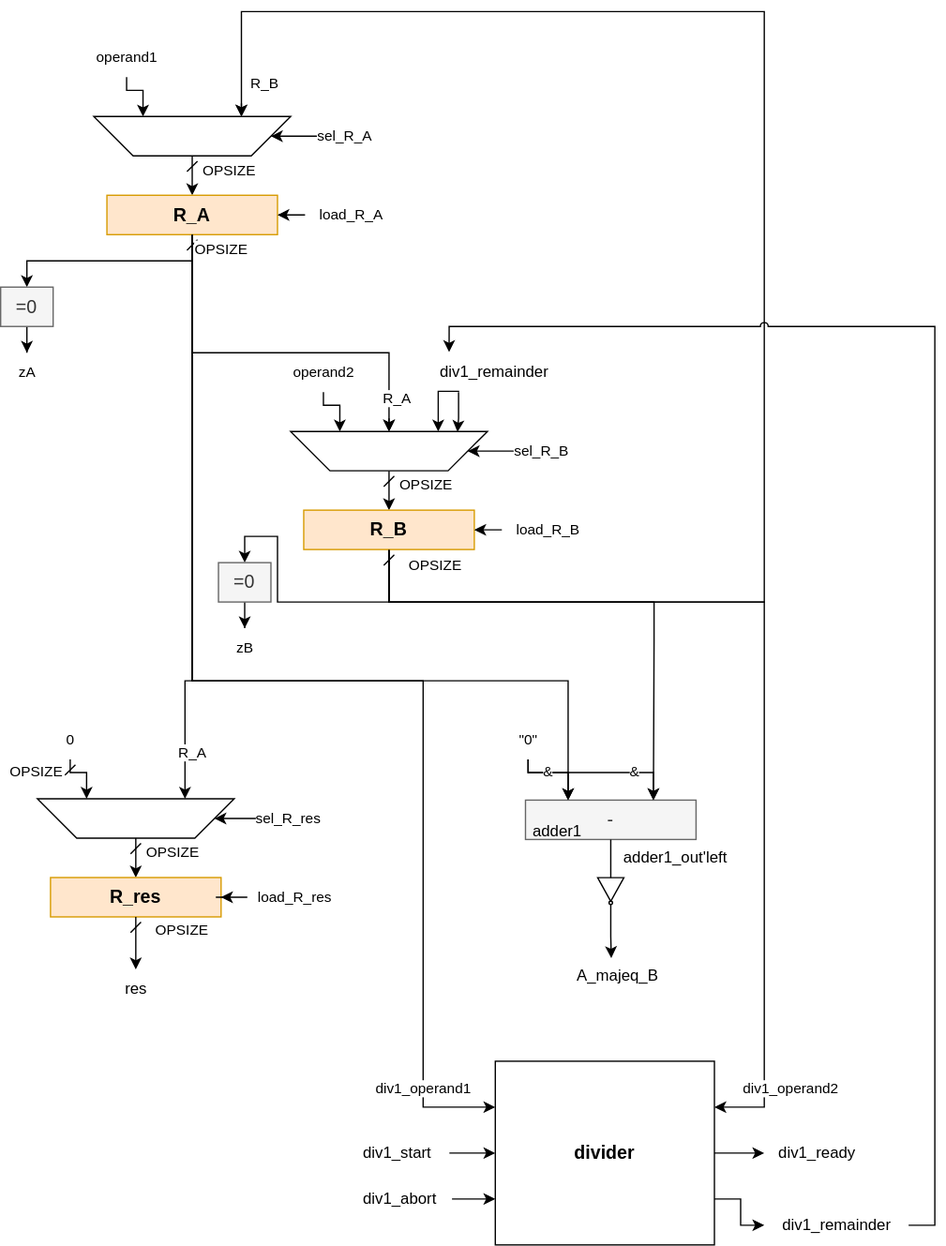
This is doc/images/ASM-mcd_dp.drawio.svg from DavidTrevisan/calcolatori_elettronici_2025, a draw.io export, as it was before one commit. Source tidied: cells renumbered, new cells last; positions are measured from the earlier drawing's top-left corner, leaving out a move shared by most shapes.
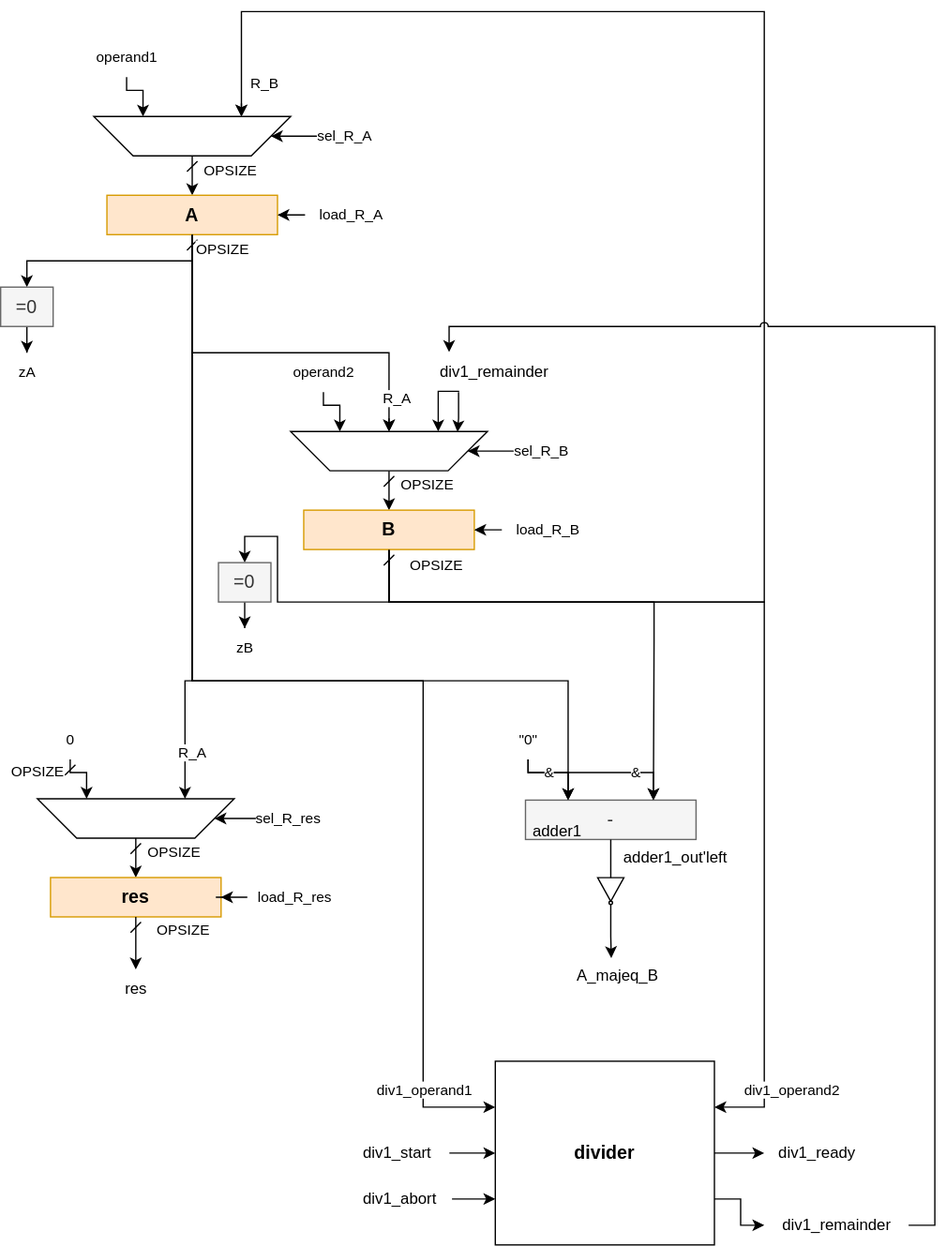
After the commit.

The edit, as a diff of the source:
```diff
@@ -38,7 +38,7 @@
         <mxPoint x="-2" y="64" as="offset" />
       </mxGeometry>
     </mxCell>
-    <mxCell id="9" value="R_A" style="rounded=0;whiteSpace=wrap;html=1;fontFamily=Helvetica;fontSize=14;labelBackgroundColor=none;fillColor=#ffe6cc;strokeColor=#d79b00;fontStyle=1;" parent="1" vertex="1">
+    <mxCell id="9" value="A" style="rounded=0;whiteSpace=wrap;html=1;fontFamily=Helvetica;fontSize=14;labelBackgroundColor=none;fillColor=#ffe6cc;strokeColor=#d79b00;fontStyle=1;" parent="1" vertex="1">
       <mxGeometry x="81" y="140" width="130" height="30" as="geometry" />
     </mxCell>
     <mxCell id="10" style="edgeStyle=orthogonalEdgeStyle;shape=connector;rounded=0;jumpStyle=arc;jettySize=auto;html=1;entryX=0.75;entryY=1;entryDx=0;entryDy=0;strokeColor=default;align=center;verticalAlign=middle;fontFamily=Helvetica;fontSize=11;fontColor=default;labelBackgroundColor=default;endArrow=classic;" parent="1" edge="1" source="11" target="4">
@@ -132,7 +132,7 @@
         <mxPoint x="18" as="offset" />
       </mxGeometry>
     </mxCell>
-    <mxCell id="27" value="R_B" style="rounded=0;whiteSpace=wrap;html=1;fontFamily=Helvetica;fontSize=14;labelBackgroundColor=none;fillColor=#ffe6cc;strokeColor=#d79b00;fontStyle=1;" parent="1" vertex="1">
+    <mxCell id="27" value="B" style="rounded=0;whiteSpace=wrap;html=1;fontFamily=Helvetica;fontSize=14;labelBackgroundColor=none;fillColor=#ffe6cc;strokeColor=#d79b00;fontStyle=1;" parent="1" vertex="1">
       <mxGeometry x="231" y="380" width="130" height="30" as="geometry" />
     </mxCell>
     <mxCell id="28" style="edgeStyle=orthogonalEdgeStyle;shape=connector;rounded=0;jumpStyle=arc;jettySize=auto;html=1;entryX=0.75;entryY=1;entryDx=0;entryDy=0;strokeColor=default;align=center;verticalAlign=middle;fontFamily=Helvetica;fontSize=11;fontColor=default;labelBackgroundColor=default;endArrow=classic;" parent="1" edge="1" source="29" target="22">
@@ -209,7 +209,7 @@
     <mxCell id="43" style="shape=trapezoid;perimeter=trapezoidPerimeter;whiteSpace=wrap;html=1;fixedSize=1;fontFamily=Helvetica;fontSize=11;fontColor=default;labelBackgroundColor=default;rotation=-180;size=30;" parent="1" vertex="1">
       <mxGeometry x="28" y="600" width="150" height="30" as="geometry" />
     </mxCell>
-    <mxCell id="44" value="R_res" style="rounded=0;whiteSpace=wrap;html=1;fontFamily=Helvetica;fontSize=14;labelBackgroundColor=none;fillColor=#ffe6cc;strokeColor=#d79b00;fontStyle=1;" parent="1" vertex="1">
+    <mxCell id="44" value="res" style="rounded=0;whiteSpace=wrap;html=1;fontFamily=Helvetica;fontSize=14;labelBackgroundColor=none;fillColor=#ffe6cc;strokeColor=#d79b00;fontStyle=1;" parent="1" vertex="1">
       <mxGeometry x="38" y="660" width="130" height="30" as="geometry" />
     </mxCell>
     <mxCell id="45" style="edgeStyle=orthogonalEdgeStyle;shape=connector;rounded=0;jumpStyle=arc;jettySize=auto;html=1;entryX=0.75;entryY=1;entryDx=0;entryDy=0;strokeColor=default;align=center;verticalAlign=middle;fontFamily=Helvetica;fontSize=11;fontColor=default;labelBackgroundColor=default;endArrow=classic;startArrow=dash;startFill=0;" parent="1" edge="1" source="47" target="43">
```
